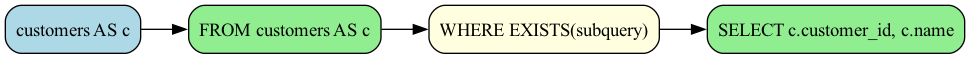
Before: examples/subquery_exists_operation.png, a diagram exported from Graphviz (rot1024/sqloflow). Its source is kept beside it as examples/subquery_exists_operation.dot.
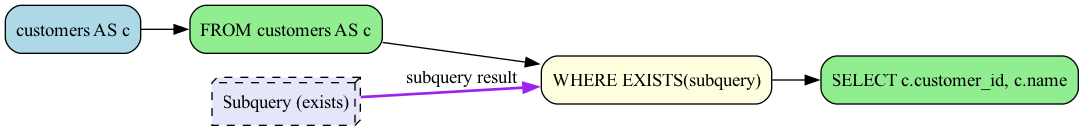
Later version of the same file.

The edit, as a diff of the source:
```diff
@@ -4,10 +4,12 @@
 
   node_0 [label="customers AS c", fillcolor=lightblue, style="filled,rounded"];
   node_1 [label="FROM customers AS c", fillcolor=lightgreen, style="filled,rounded"];
-  node_3 [label="SELECT c.customer_id, c.name", fillcolor=lightgreen, style="filled,rounded"];
+  node_4 [label="SELECT c.customer_id, c.name", fillcolor=lightgreen, style="filled,rounded"];
   node_2 [label="WHERE EXISTS(subquery)", fillcolor=lightyellow, style="filled,rounded"];
+  node_3 [label="Subquery (exists)", fillcolor=lavender, style="filled,rounded,dashed", shape=box3d];
 
   node_0 -> node_1 [color=black];
   node_1 -> node_2 [color=black];
-  node_2 -> node_3 [color=black];
+  node_3 -> node_2 [color=purple, style=bold, label="subquery result"];
+  node_2 -> node_4 [color=black];
 }
```
